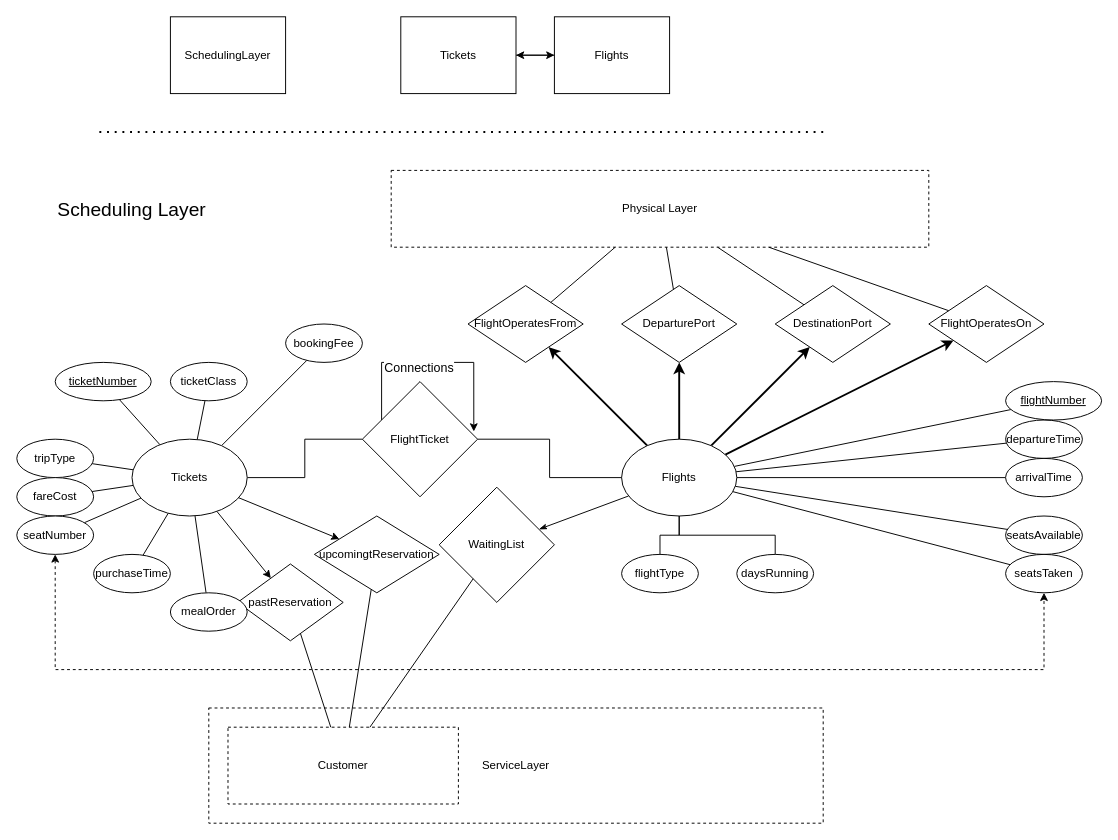
Above: page "SchedulingLayer" (4 of 7) of ERDiagram.drawio in kyle4036/DatabaseManagement2026Project1 (draw.io), before the change. Source tidied: cells renumbered, new cells numbered last; positions are measured from the earlier drawing's top-left corner, leaving out a move shared by most shapes. Both pictures are drawn from the tidied source at 96%, with x=0, y=0 at pixel (16, 16).
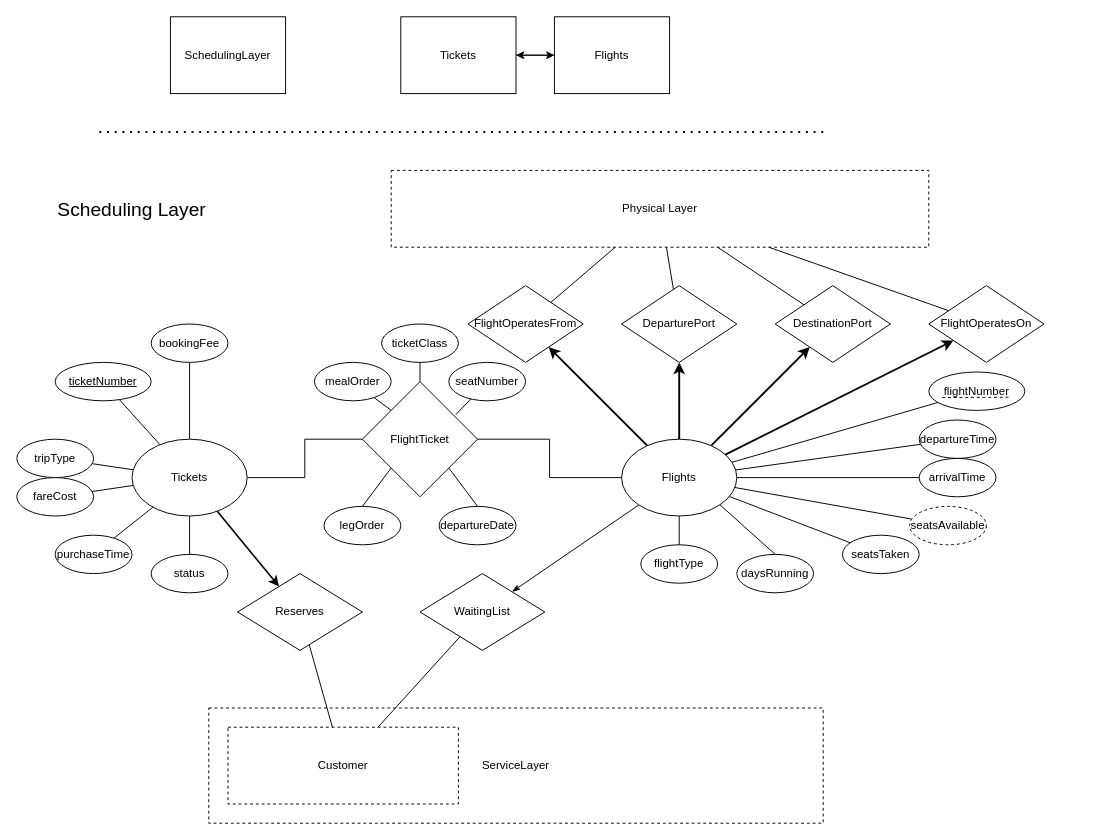
Above is the later version.

Unchanged cells that the change refers to:
```xml
<mxCell id="21" value="Flights" style="ellipse;whiteSpace=wrap;html=1;" parent="1" vertex="1">
  <mxGeometry x="630" y="440" width="120" height="80" as="geometry" />
</mxCell>
<mxCell id="31" value="Tickets" style="ellipse;whiteSpace=wrap;html=1;" parent="1" vertex="1">
  <mxGeometry x="120" y="440" width="120" height="80" as="geometry" />
</mxCell>
<mxCell id="39" value="daysRunning" style="ellipse;whiteSpace=wrap;html=1;" parent="1" vertex="1">
  <mxGeometry x="750" y="560" width="80" height="40" as="geometry" />
</mxCell>
<mxCell id="45" value="FlightTicket" style="rhombus;whiteSpace=wrap;html=1;" parent="1" vertex="1">
  <mxGeometry x="360" y="380" width="120" height="120" as="geometry" />
</mxCell>
<mxCell id="61" value="Customer" style="rounded=0;whiteSpace=wrap;html=1;dashed=1;" parent="59" vertex="1">
  <mxGeometry x="20" y="20" width="240" height="80" as="geometry" />
</mxCell>
```

The edit, as a diff of the source:
```diff
@@
-    <mxCell id="13" style="edgeStyle=orthogonalEdgeStyle;rounded=0;jettySize=auto;html=1;endArrow=none;endFill=0;" parent="1" edge="1" source="21" target="38">
-      <mxGeometry relative="1" as="geometry" />
-    </mxCell>
-    <mxCell id="14" style="edgeStyle=orthogonalEdgeStyle;rounded=0;jettySize=auto;html=1;endArrow=none;endFill=0;" parent="1" edge="1" source="21" target="39">
-      <mxGeometry relative="1" as="geometry" />
-    </mxCell>
@@
-    <mxCell id="26" style="rounded=0;jettySize=auto;html=1;endArrow=none;endFill=0;" parent="1" edge="1" source="31" target="65">
+    <mxCell id="26" style="rounded=0;jettySize=auto;html=1;endArrow=none;endFill=0;exitX=0.812;exitY=0.285;exitDx=0;exitDy=0;exitPerimeter=0;" parent="1" edge="1" source="45" target="65">
       <mxGeometry relative="1" as="geometry" />
     </mxCell>
@@
-    <mxCell id="28" style="rounded=0;jettySize=auto;html=1;endArrow=none;endFill=0;" parent="1" edge="1" source="31" target="67">
+    <mxCell id="28" style="rounded=0;jettySize=auto;html=1;endArrow=none;endFill=0;" parent="1" edge="1" source="45" target="67">
       <mxGeometry relative="1" as="geometry" />
     </mxCell>
-    <mxCell id="29" style="rounded=0;jettySize=auto;html=1;endArrow=none;endFill=0;" parent="1" edge="1" source="31" target="68">
+    <mxCell id="29" style="rounded=0;jettySize=auto;html=1;endArrow=none;endFill=0;exitX=0;exitY=0;exitDx=0;exitDy=0;" parent="1" edge="1" source="45" target="68">
       <mxGeometry relative="1" as="geometry" />
     </mxCell>
@@
     <mxCell id="38" value="flightType" style="ellipse;whiteSpace=wrap;html=1;" parent="1" vertex="1">
-      <mxGeometry x="630" y="560" width="80" height="40" as="geometry" />
+      <mxGeometry x="650" y="550" width="80" height="40" as="geometry" />
     </mxCell>
@@
     <mxCell id="40" value="departureTime" style="ellipse;whiteSpace=wrap;html=1;" parent="1" vertex="1">
-      <mxGeometry x="1030" y="420" width="80" height="40" as="geometry" />
+      <mxGeometry x="940" y="420" width="80" height="40" as="geometry" />
     </mxCell>
     <mxCell id="41" value="arrivalTime" style="ellipse;whiteSpace=wrap;html=1;" parent="1" vertex="1">
-      <mxGeometry x="1030" y="460" width="80" height="40" as="geometry" />
+      <mxGeometry x="940" y="460" width="80" height="40" as="geometry" />
     </mxCell>
@@
-    <mxCell id="43" style="edgeStyle=orthogonalEdgeStyle;rounded=0;orthogonalLoop=1;jettySize=auto;html=1;entryX=0.967;entryY=0.433;entryDx=0;entryDy=0;entryPerimeter=0;" parent="1" edge="1" source="45" target="45">
-      <mxGeometry relative="1" as="geometry">
-        <Array as="points">
-          <mxPoint x="380" y="360" />
-          <mxPoint x="476" y="360" />
-        </Array>
-      </mxGeometry>
-    </mxCell>
-    <mxCell id="44" value="&lt;font style=&quot;font-size: 13px;&quot;&gt;Connections&lt;/font&gt;" style="edgeLabel;html=1;align=center;verticalAlign=middle;" parent="43" vertex="1">
-      <mxGeometry x="-0.14" y="-4" relative="1" as="geometry" />
-    </mxCell>
@@
-    <mxCell id="46" value="seatsAvailable" style="ellipse;whiteSpace=wrap;html=1;" parent="1" vertex="1">
-      <mxGeometry x="1030" y="520" width="80" height="40" as="geometry" />
+    <mxCell id="46" value="seatsAvailable" style="ellipse;whiteSpace=wrap;html=1;fillStyle=hatch;dashed=1;" parent="1" vertex="1">
+      <mxGeometry x="930" y="510" width="80" height="40" as="geometry" />
     </mxCell>
     <mxCell id="47" value="seatsTaken" style="ellipse;whiteSpace=wrap;html=1;" parent="1" vertex="1">
-      <mxGeometry x="1030" y="560" width="80" height="40" as="geometry" />
+      <mxGeometry x="860" y="540" width="80" height="40" as="geometry" />
     </mxCell>
     <mxCell id="48" value="WaitingList" style="rhombus;whiteSpace=wrap;html=1;" parent="1" vertex="1">
-      <mxGeometry x="440" y="490" width="120" height="120" as="geometry" />
+      <mxGeometry x="420" y="580" width="130" height="80" as="geometry" />
     </mxCell>
@@
-    <mxCell id="54" value="flightNumber" style="ellipse;whiteSpace=wrap;html=1;align=center;fontStyle=4;" parent="1" vertex="1">
-      <mxGeometry x="1030" y="380" width="100" height="40" as="geometry" />
+    <mxCell id="54" value="flightNumber" style="ellipse;whiteSpace=wrap;html=1;align=center;fontStyle=0;" parent="1" vertex="1">
+      <mxGeometry x="950" y="370" width="100" height="40" as="geometry" />
     </mxCell>
-    <mxCell id="55" style="rounded=0;jettySize=auto;html=1;endArrow=none;endFill=0;startArrow=classic;startFill=1;" parent="1" edge="1" source="56" target="31">
-      <mxGeometry relative="1" as="geometry" />
-    </mxCell>
-    <mxCell id="56" value="pastReservation" style="rhombus;whiteSpace=wrap;html=1;" parent="1" vertex="1">
-      <mxGeometry x="230" y="570" width="110" height="80" as="geometry" />
-    </mxCell>
@@
-    <mxCell id="63" style="rounded=0;jettySize=auto;html=1;endArrow=none;endFill=0;" parent="1" edge="1" source="61" target="56">
-      <mxGeometry relative="1" as="geometry" />
-    </mxCell>
-    <mxCell id="64" style="edgeStyle=orthogonalEdgeStyle;rounded=0;jettySize=auto;html=1;dashed=1;startArrow=classic;startFill=1;" parent="1" edge="1" source="65" target="47">
-      <mxGeometry relative="1" as="geometry">
-        <Array as="points">
-          <mxPoint x="40" y="680" />
-          <mxPoint x="1070" y="680" />
-        </Array>
-      </mxGeometry>
-    </mxCell>
     <mxCell id="65" value="seatNumber" style="ellipse;whiteSpace=wrap;html=1;" parent="1" vertex="1">
-      <mxGeometry y="520" width="80" height="40" as="geometry" />
+      <mxGeometry x="450" y="360" width="80" height="40" as="geometry" />
     </mxCell>
     <mxCell id="66" value="purchaseTime" style="ellipse;whiteSpace=wrap;html=1;" parent="1" vertex="1">
-      <mxGeometry x="80" y="560" width="80" height="40" as="geometry" />
+      <mxGeometry x="40" y="540" width="80" height="40" as="geometry" />
     </mxCell>
     <mxCell id="67" value="ticketClass" style="ellipse;whiteSpace=wrap;html=1;" parent="1" vertex="1">
-      <mxGeometry x="160" y="360" width="80" height="40" as="geometry" />
+      <mxGeometry x="380" y="320" width="80" height="40" as="geometry" />
     </mxCell>
     <mxCell id="68" value="mealOrder" style="ellipse;whiteSpace=wrap;html=1;" parent="1" vertex="1">
-      <mxGeometry x="160" y="600" width="80" height="40" as="geometry" />
+      <mxGeometry x="310" y="360" width="80" height="40" as="geometry" />
     </mxCell>
     <mxCell id="69" value="bookingFee" style="ellipse;whiteSpace=wrap;html=1;" parent="1" vertex="1">
-      <mxGeometry x="280" y="320" width="80" height="40" as="geometry" />
+      <mxGeometry x="140" y="320" width="80" height="40" as="geometry" />
     </mxCell>
-    <mxCell id="70" style="rounded=0;jettySize=auto;html=1;endArrow=none;endFill=0;startArrow=classic;startFill=1;" parent="1" edge="1" source="71" target="31">
+    <mxCell id="70" style="rounded=0;jettySize=auto;html=1;endArrow=none;endFill=0;startArrow=classic;startFill=1;strokeWidth=1.7;" parent="1" edge="1" source="71" target="31">
       <mxGeometry relative="1" as="geometry" />
     </mxCell>
-    <mxCell id="71" value="upcomingtReservation" style="rhombus;whiteSpace=wrap;html=1;" parent="1" vertex="1">
-      <mxGeometry x="310" y="520" width="130" height="80" as="geometry" />
+    <mxCell id="71" value="&lt;div&gt;Reserves&lt;/div&gt;" style="rhombus;whiteSpace=wrap;html=1;" parent="1" vertex="1">
+      <mxGeometry x="230" y="580" width="130" height="80" as="geometry" />
     </mxCell>
@@
+    <mxCell id="14" style="rounded=0;jettySize=auto;html=1;endArrow=none;endFill=0;exitX=1;exitY=1;exitDx=0;exitDy=0;entryX=0.5;entryY=0;entryDx=0;entryDy=0;" parent="1" edge="1" source="21" target="39">
+      <mxGeometry relative="1" as="geometry" />
+    </mxCell>
+    <mxCell id="13" style="rounded=0;jettySize=auto;html=1;endArrow=none;endFill=0;exitX=0.5;exitY=1;exitDx=0;exitDy=0;entryX=0.5;entryY=0;entryDx=0;entryDy=0;" parent="1" edge="1" source="21" target="38">
+      <mxGeometry relative="1" as="geometry" />
+    </mxCell>
+    <mxCell id="73" style="rounded=0;orthogonalLoop=1;jettySize=auto;html=1;endArrow=none;endFill=0;dashed=1;" parent="1" edge="1">
+      <mxGeometry relative="1" as="geometry">
+        <mxPoint x="964" y="396.6" as="sourcePoint" />
+        <mxPoint x="1034" y="396.3" as="targetPoint" />
+      </mxGeometry>
+    </mxCell>
+    <mxCell id="74" value="status" style="ellipse;whiteSpace=wrap;html=1;" parent="1" vertex="1">
+      <mxGeometry x="140" y="560" width="80" height="40" as="geometry" />
+    </mxCell>
+    <mxCell id="75" style="rounded=0;jettySize=auto;html=1;endArrow=none;endFill=0;exitX=0.5;exitY=1;exitDx=0;exitDy=0;entryX=0.5;entryY=0;entryDx=0;entryDy=0;" parent="1" edge="1" source="31" target="74">
+      <mxGeometry relative="1" as="geometry" />
+    </mxCell>
+    <mxCell id="76" value="legOrder" style="ellipse;whiteSpace=wrap;html=1;" parent="1" vertex="1">
+      <mxGeometry x="320" y="510" width="80" height="40" as="geometry" />
+    </mxCell>
+    <mxCell id="77" value="departureDate" style="ellipse;whiteSpace=wrap;html=1;" parent="1" vertex="1">
+      <mxGeometry x="440" y="510" width="80" height="40" as="geometry" />
+    </mxCell>
+    <mxCell id="78" style="rounded=0;jettySize=auto;html=1;endArrow=none;endFill=0;exitX=0;exitY=1;exitDx=0;exitDy=0;entryX=0.5;entryY=0;entryDx=0;entryDy=0;" parent="1" edge="1" source="45" target="76">
+      <mxGeometry relative="1" as="geometry" />
+    </mxCell>
+    <mxCell id="79" style="rounded=0;jettySize=auto;html=1;endArrow=none;endFill=0;exitX=0.5;exitY=0;exitDx=0;exitDy=0;entryX=1;entryY=1;entryDx=0;entryDy=0;" parent="1" edge="1" source="77" target="45">
+      <mxGeometry relative="1" as="geometry" />
+    </mxCell>
```
